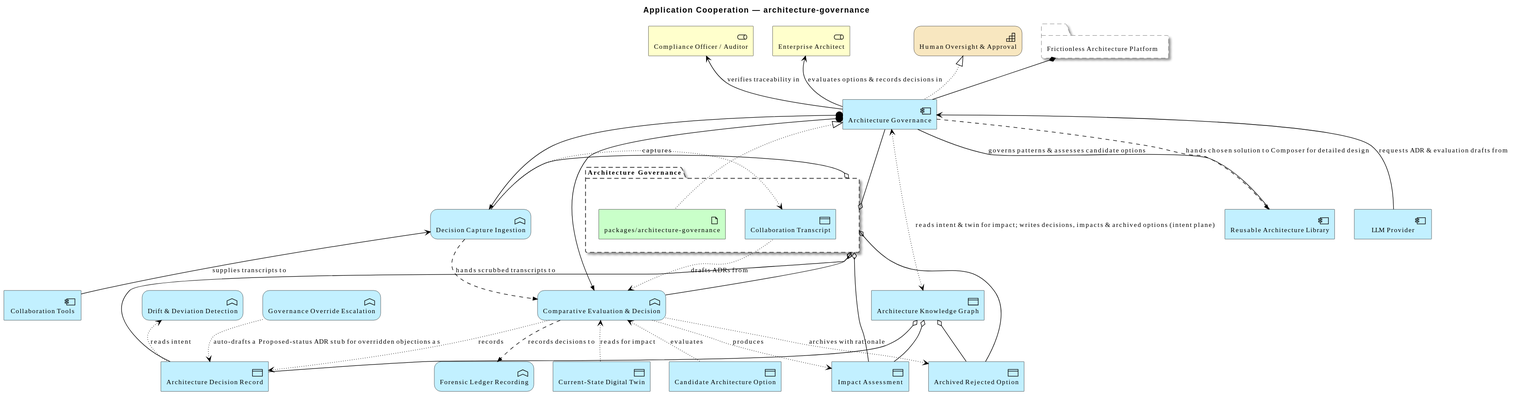
Earlier version of the PlantUML export architecture/model/diagrams/application/cooperation/architecture-governance.svg (wolffy-au/frictionless-architect).
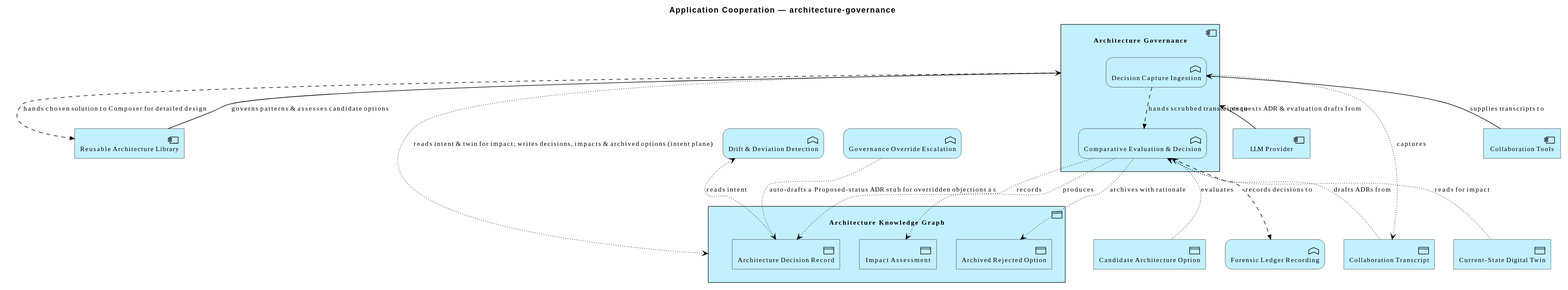
Above is the later version.

Change to the diagram source:
```diff
@@ -4,40 +4,29 @@
 scale max 3800 width
 title Application Cooperation — architecture-governance
 
-Strategy_Capability(e_id08f340a094e552, "Human Oversight & Approval")
-Grouping(e_id54dd4701dbf151, "Frictionless Architecture Platform")
 Application_Component(e_id3b0beba52b5a5c, "Reusable Architecture Library")
-Application_Component(e_id0d5bd02b5ffe5e, "Architecture Governance")
-Application_DataObject(e_id989d401ffdae55, "Architecture Knowledge Graph")
-Business_Role(e_id2b5394f913985a, "Enterprise Architect")
-Business_Role(e_id5e264d2f4bb551, "Compliance Officer / Auditor")
+Application_Component(e_id0d5bd02b5ffe5e, "Architecture Governance") {
+  Application_Function(e_id1a6bc8a929675e, "Decision Capture Ingestion")
+  Application_Function(e_id26722845c7215d, "Comparative Evaluation & Decision")
+}
+Application_DataObject(e_id989d401ffdae55, "Architecture Knowledge Graph") {
+  Application_DataObject(e_idc6a20aaf9c5950, "Architecture Decision Record")
+  Application_DataObject(e_ideb3e3dd87f3c5c, "Impact Assessment")
+  Application_DataObject(e_id0f0ef898faa15b, "Archived Rejected Option")
+}
 Application_Component(e_id2610ae0cc2cc50, "LLM Provider")
 Application_Component(e_id90a79bc0568053, "Collaboration Tools")
 Application_Function(e_id1877d57ef1ec5e, "Forensic Ledger Recording")
-Application_Function(e_id1a6bc8a929675e, "Decision Capture Ingestion")
-Application_Function(e_id26722845c7215d, "Comparative Evaluation & Decision")
 Application_Function(e_id5447be33805351, "Drift & Deviation Detection")
 Application_Function(e_id524ad7dd09c255, "Governance Override Escalation")
 Application_DataObject(e_ide732c9a4b52a59, "Current-State Digital Twin")
 Application_DataObject(e_ide500d303f47455, "Candidate Architecture Option")
-Application_DataObject(e_idc6a20aaf9c5950, "Architecture Decision Record")
-Application_DataObject(e_ideb3e3dd87f3c5c, "Impact Assessment")
-Application_DataObject(e_id0f0ef898faa15b, "Archived Rejected Option")
-Grouping(e_iddff3ddea065c5e, "Architecture Governance") {
-  Application_DataObject(e_ide2af72ef094852, "Collaboration Transcript")
-  Technology_Artifact(e_id880eb98a22b15c, "packages/architecture-governance")
-}
+Application_DataObject(e_ide2af72ef094852, "Collaboration Transcript")
 
-Rel_Composition(e_id54dd4701dbf151, e_id0d5bd02b5ffe5e, "")
-Rel_Realization_Up(e_id0d5bd02b5ffe5e, e_id08f340a094e552, "")
-Rel_Serving_Up(e_id0d5bd02b5ffe5e, e_id2b5394f913985a, "evaluates options & records decisions in")
-Rel_Serving_Up(e_id0d5bd02b5ffe5e, e_id5e264d2f4bb551, "verifies traceability in")
 Rel_Access_rw(e_id0d5bd02b5ffe5e, e_id989d401ffdae55, "reads intent & twin for impact; writes decisions, impacts & archived options (intent plane)")
 Rel_Association(e_id0d5bd02b5ffe5e, e_id3b0beba52b5a5c, "governs patterns & assesses candidate options")
 Rel_Flow(e_id0d5bd02b5ffe5e, e_id3b0beba52b5a5c, "hands chosen solution to Composer for detailed design")
 Rel_Serving_Up(e_id2610ae0cc2cc50, e_id0d5bd02b5ffe5e, "requests ADR & evaluation drafts from")
-Rel_Assignment(e_id0d5bd02b5ffe5e, e_id1a6bc8a929675e, "")
-Rel_Assignment(e_id0d5bd02b5ffe5e, e_id26722845c7215d, "")
 Rel_Serving_Up(e_id90a79bc0568053, e_id1a6bc8a929675e, "supplies transcripts to")
 Rel_Access_w(e_id1a6bc8a929675e, e_ide2af72ef094852, "captures")
 Rel_Flow(e_id1a6bc8a929675e, e_id26722845c7215d, "hands scrubbed transcripts to")
@@ -50,14 +39,4 @@
 Rel_Access_w(e_id524ad7dd09c255, e_idc6a20aaf9c5950, "auto-drafts a Proposed-status ADR stub for overridden objections as")
 Rel_Flow(e_id26722845c7215d, e_id1877d57ef1ec5e, "records decisions to")
 Rel_Access_r(e_id5447be33805351, e_idc6a20aaf9c5950, "reads intent")
-Rel_Aggregation(e_id989d401ffdae55, e_idc6a20aaf9c5950, "")
-Rel_Aggregation(e_id989d401ffdae55, e_ideb3e3dd87f3c5c, "")
-Rel_Aggregation(e_id989d401ffdae55, e_id0f0ef898faa15b, "")
-Rel_Realization_Up(e_id880eb98a22b15c, e_id0d5bd02b5ffe5e, "")
-Rel_Aggregation(e_iddff3ddea065c5e, e_id0d5bd02b5ffe5e, "")
-Rel_Aggregation(e_iddff3ddea065c5e, e_id1a6bc8a929675e, "")
-Rel_Aggregation(e_iddff3ddea065c5e, e_id26722845c7215d, "")
-Rel_Aggregation(e_iddff3ddea065c5e, e_idc6a20aaf9c5950, "")
-Rel_Aggregation(e_iddff3ddea065c5e, e_ideb3e3dd87f3c5c, "")
-Rel_Aggregation(e_iddff3ddea065c5e, e_id0f0ef898faa15b, "")
 @enduml
```
